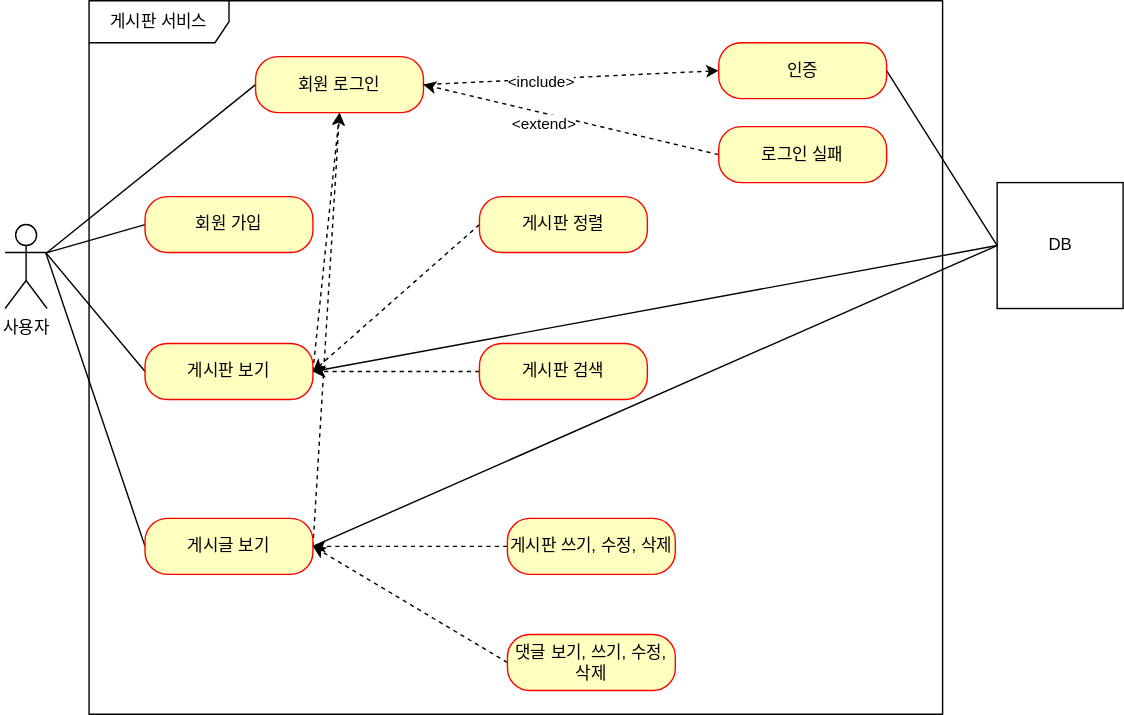
The draw.io diagram document/use-case.svg in Swacker3927/fastcampus-board-project, before a commit. Source tidied: cells renumbered, new cells last; positions are measured from the earlier drawing's top-left corner, leaving out a move shared by most shapes.
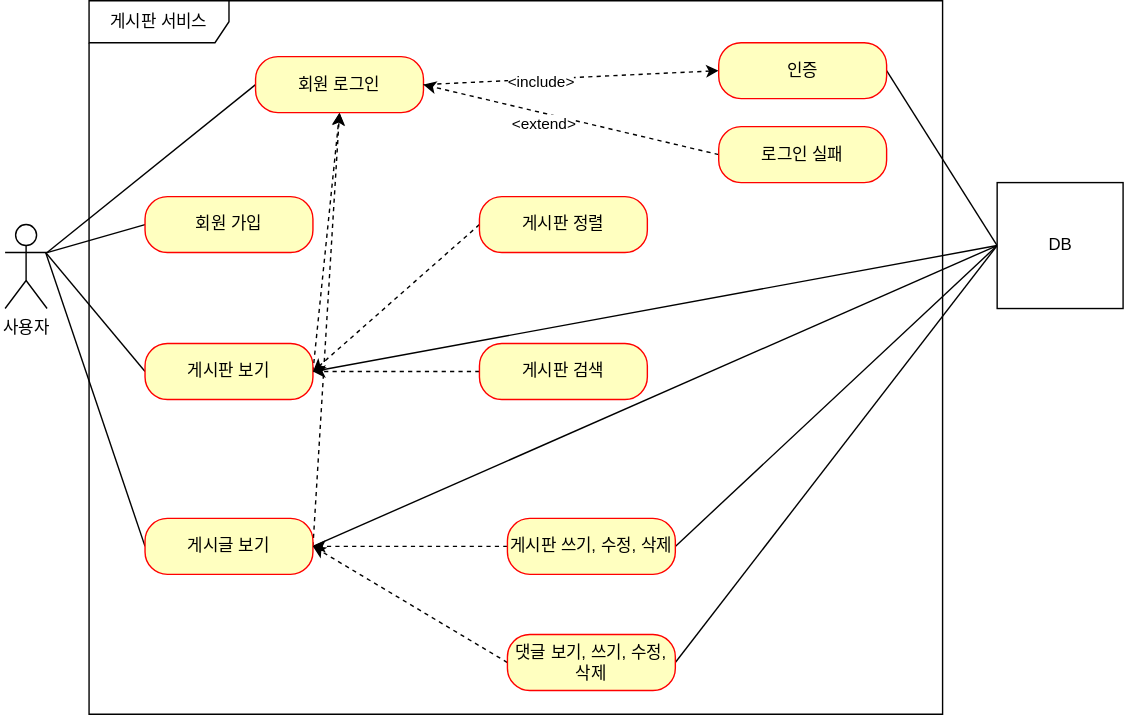
After the commit.

Commit message:
#4 - 게시판 서비스 유즈케이스 그림 완성

Change to the diagram source:
```diff
@@ -88,12 +88,18 @@
     <mxCell id="27" style="edgeStyle=none;rounded=0;jettySize=auto;html=1;exitX=0;exitY=0.5;exitDx=0;exitDy=0;entryX=1;entryY=0.5;entryDx=0;entryDy=0;dashed=1;startArrow=none;startFill=0;endArrow=classic;endFill=1;" parent="1" edge="1" source="28" target="13">
       <mxGeometry relative="1" as="geometry" />
     </mxCell>
+    <mxCell id="32" style="edgeStyle=none;rounded=0;jettySize=auto;html=1;exitX=1;exitY=0.5;exitDx=0;exitDy=0;entryX=0;entryY=0.5;entryDx=0;entryDy=0;endArrow=none;endFill=0;" parent="1" edge="1" source="28" target="31">
+      <mxGeometry relative="1" as="geometry" />
+    </mxCell>
     <mxCell id="28" value="게시판 쓰기, 수정, 삭제" style="rounded=1;whiteSpace=wrap;html=1;arcSize=40;fontColor=#000000;fillColor=#ffffc0;strokeColor=#ff0000;" parent="1" vertex="1">
       <mxGeometry x="359" y="370" width="120" height="40" as="geometry" />
     </mxCell>
     <mxCell id="29" style="edgeStyle=none;rounded=0;jettySize=auto;html=1;exitX=0;exitY=0.5;exitDx=0;exitDy=0;entryX=1;entryY=0.5;entryDx=0;entryDy=0;dashed=1;startArrow=none;startFill=0;endArrow=classic;endFill=1;" parent="1" edge="1" source="30" target="13">
       <mxGeometry relative="1" as="geometry" />
     </mxCell>
+    <mxCell id="33" style="edgeStyle=none;rounded=0;jettySize=auto;html=1;exitX=1;exitY=0.5;exitDx=0;exitDy=0;entryX=0;entryY=0.5;entryDx=0;entryDy=0;endArrow=none;endFill=0;" parent="1" edge="1" source="30" target="31">
+      <mxGeometry relative="1" as="geometry" />
+    </mxCell>
     <mxCell id="30" value="댓글 보기, 쓰기, 수정, 삭제" style="rounded=1;whiteSpace=wrap;html=1;arcSize=40;fontColor=#000000;fillColor=#ffffc0;strokeColor=#ff0000;" parent="1" vertex="1">
       <mxGeometry x="359" y="453" width="120" height="40" as="geometry" />
     </mxCell>
```
